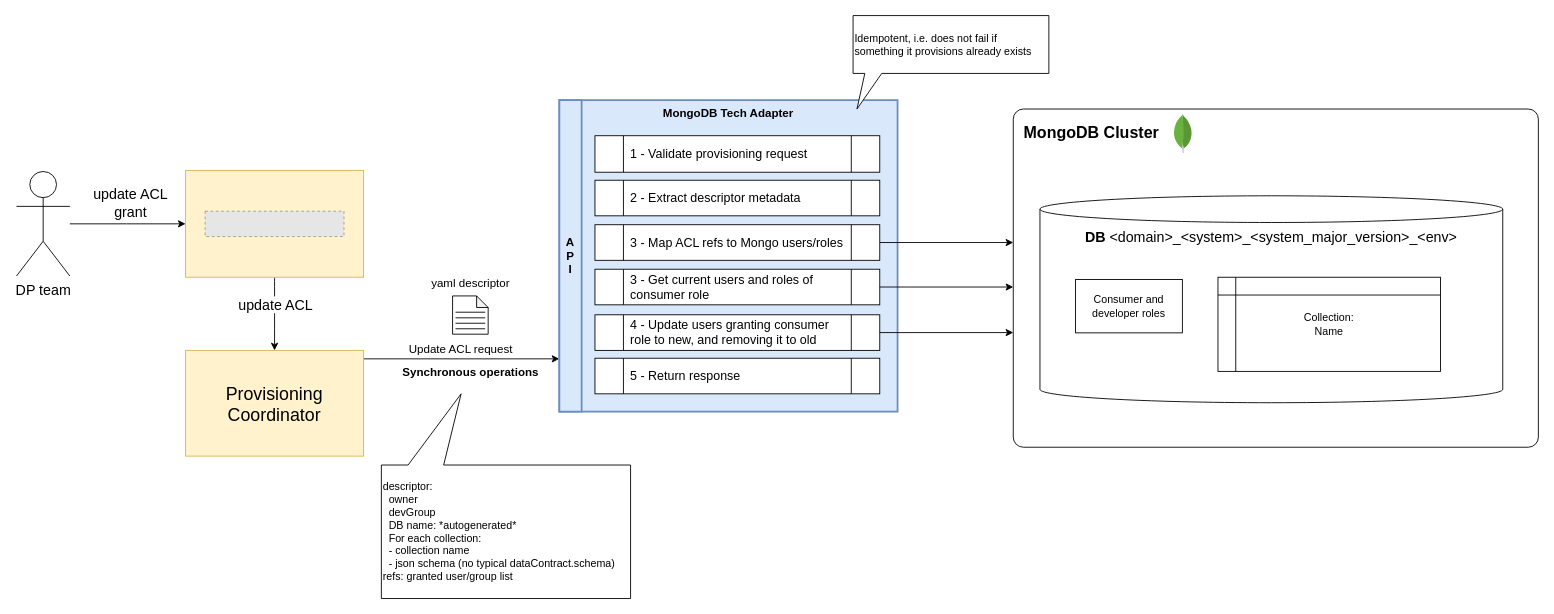
The draw.io diagram page "Output Port - Update ACL" (3 of 4) of docs/hld.drawio in agile-lab-dev/witboost-mongodb-tech-adapter, before the edit. Source tidied: cells renumbered, new cells numbered last; positions are measured from the earlier drawing's top-left corner, leaving out a move shared by most shapes. Both pictures are drawn from the tidied source at 89%, with x=0, y=0 at pixel (16, 15). Pictures stored in the file or linked from it are replaced by grey dashed boxes.
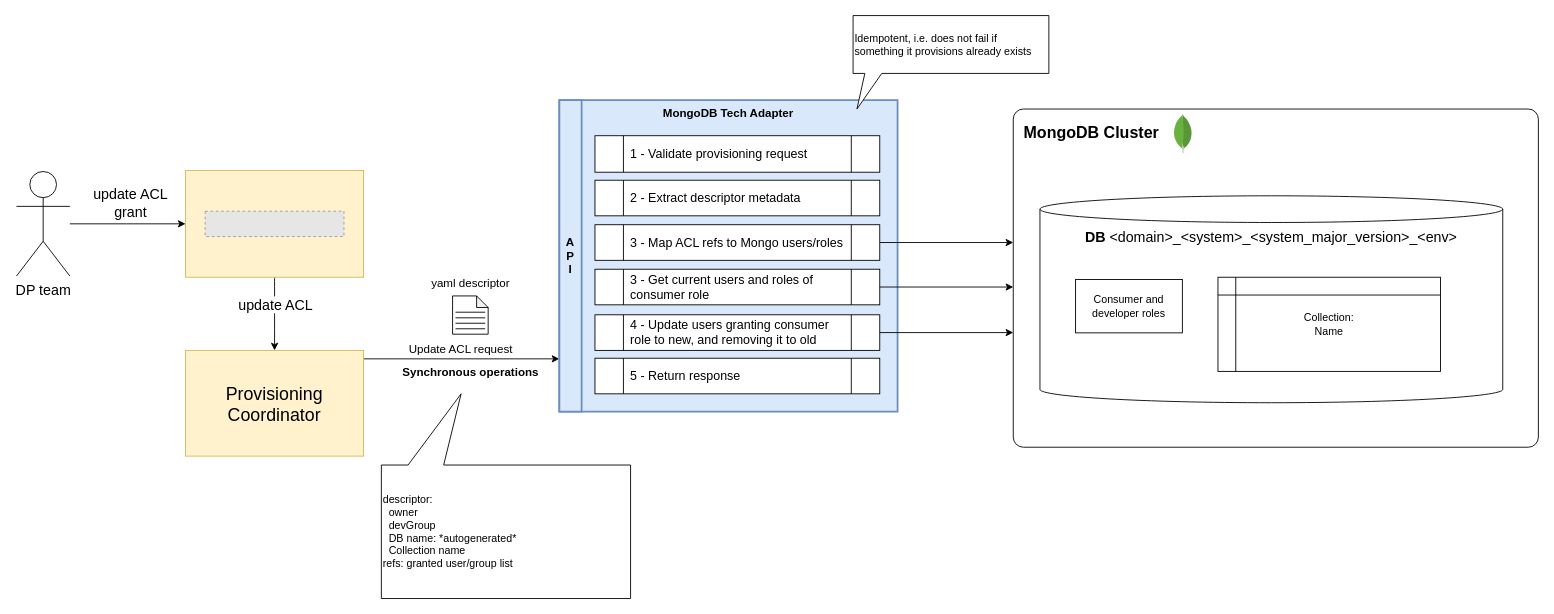
The same diagram, later.

Diff of the diagram source:
```diff
@@
-    <mxCell id="26" value="&lt;div&gt;descriptor:&lt;/div&gt;&lt;div&gt;&amp;nbsp; owner&lt;/div&gt;&lt;div&gt;&amp;nbsp; devGroup&lt;/div&gt;&amp;nbsp; DB name: *autogenerated*&lt;div&gt;&amp;nbsp; For each collection:&lt;/div&gt;&lt;div&gt;&lt;span style=&quot;background-color: initial;&quot;&gt;&amp;nbsp; - collection name&lt;/span&gt;&lt;br&gt;&lt;/div&gt;&lt;div&gt;&amp;nbsp; - json schema (no typical dataContract.schema)&lt;/div&gt;&lt;div&gt;refs: granted user/group list&lt;/div&gt;" style="shape=callout;whiteSpace=wrap;html=1;perimeter=calloutPerimeter;direction=west;base=40;size=80;position=0.75;position2=0.68;align=left;" parent="1" vertex="1">
+    <mxCell id="26" value="&lt;div&gt;descriptor:&lt;/div&gt;&lt;div&gt;&amp;nbsp; owner&lt;/div&gt;&lt;div&gt;&amp;nbsp; devGroup&lt;/div&gt;&amp;nbsp; DB name: *autogenerated*&lt;div&gt;&amp;nbsp; Collection name&lt;/div&gt;&lt;div&gt;refs: granted user/group list&lt;/div&gt;" style="shape=callout;whiteSpace=wrap;html=1;perimeter=calloutPerimeter;direction=west;base=40;size=80;position=0.75;position2=0.68;align=left;" parent="1" vertex="1">
       <mxGeometry x="410" y="425" width="280" height="230" as="geometry" />
     </mxCell>
```
